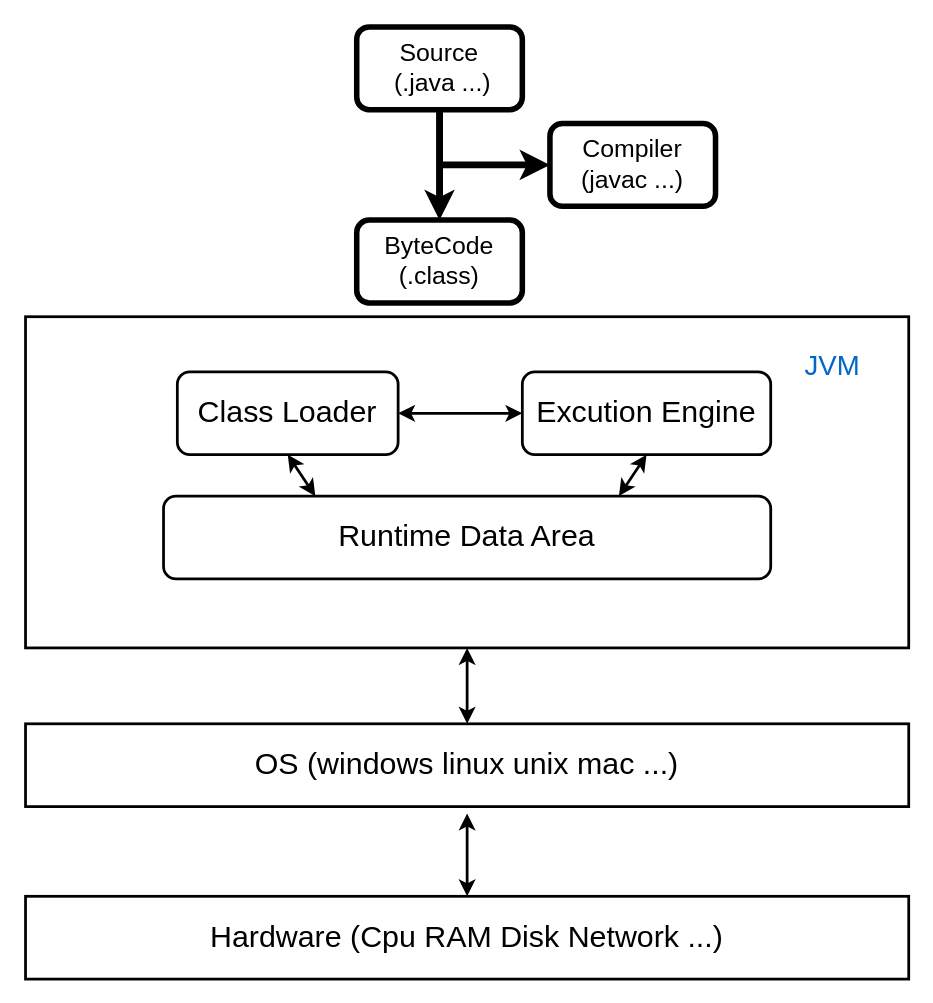
Earlier version of the draw.io diagram Untitled Diagram.drawio (LamentWy/pic-repo). Source tidied: cells renumbered, new cells numbered last; positions are measured from the earlier drawing's top-left corner, leaving out a move shared by most shapes. Both pictures are drawn from the tidied source at 138%, with x=0, y=0 at pixel (25, 26).
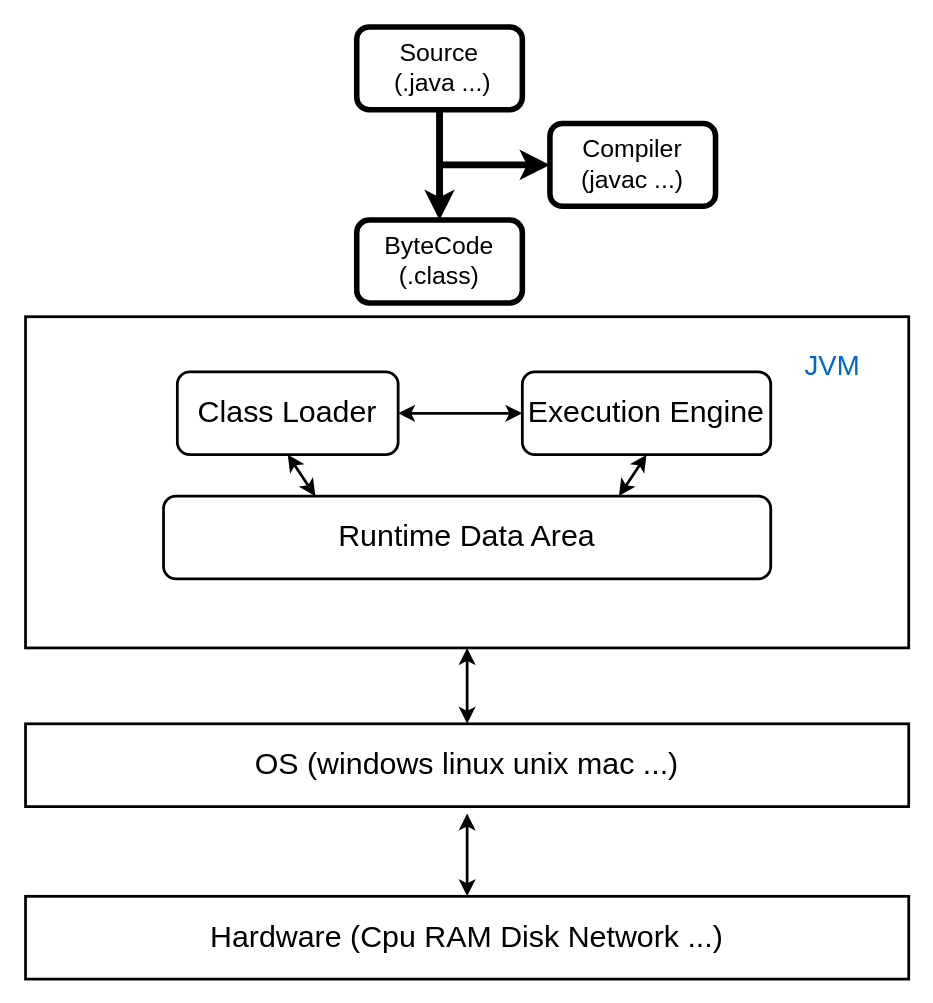
After the change.

The edit, as a diff of the source:
```diff
@@
-    <mxCell id="9" value="&lt;font style=&quot;font-size: 22px&quot;&gt;Excution Engine&lt;/font&gt;" style="rounded=1;whiteSpace=wrap;html=1;strokeWidth=2;" parent="1" vertex="1">
+    <mxCell id="9" value="&lt;font style=&quot;font-size: 22px&quot;&gt;Execution Engine&lt;/font&gt;" style="rounded=1;whiteSpace=wrap;html=1;strokeWidth=2;" parent="1" vertex="1">
       <mxGeometry x="360" y="250" width="180" height="60" as="geometry" />
     </mxCell>
```
